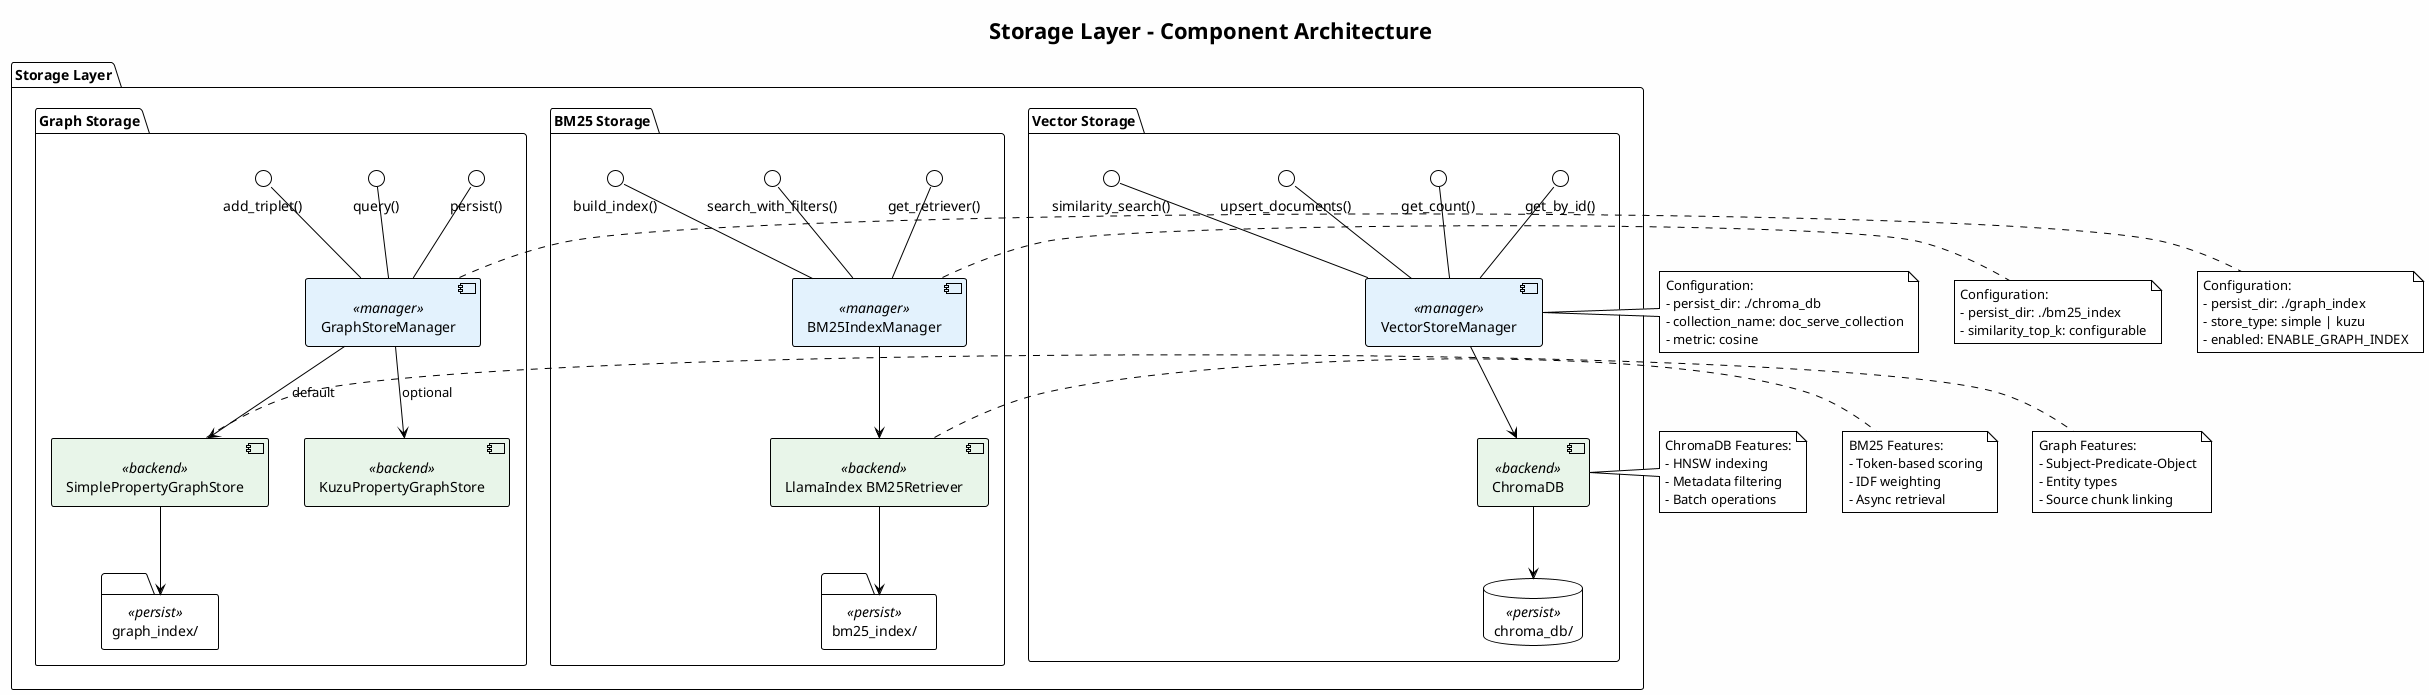
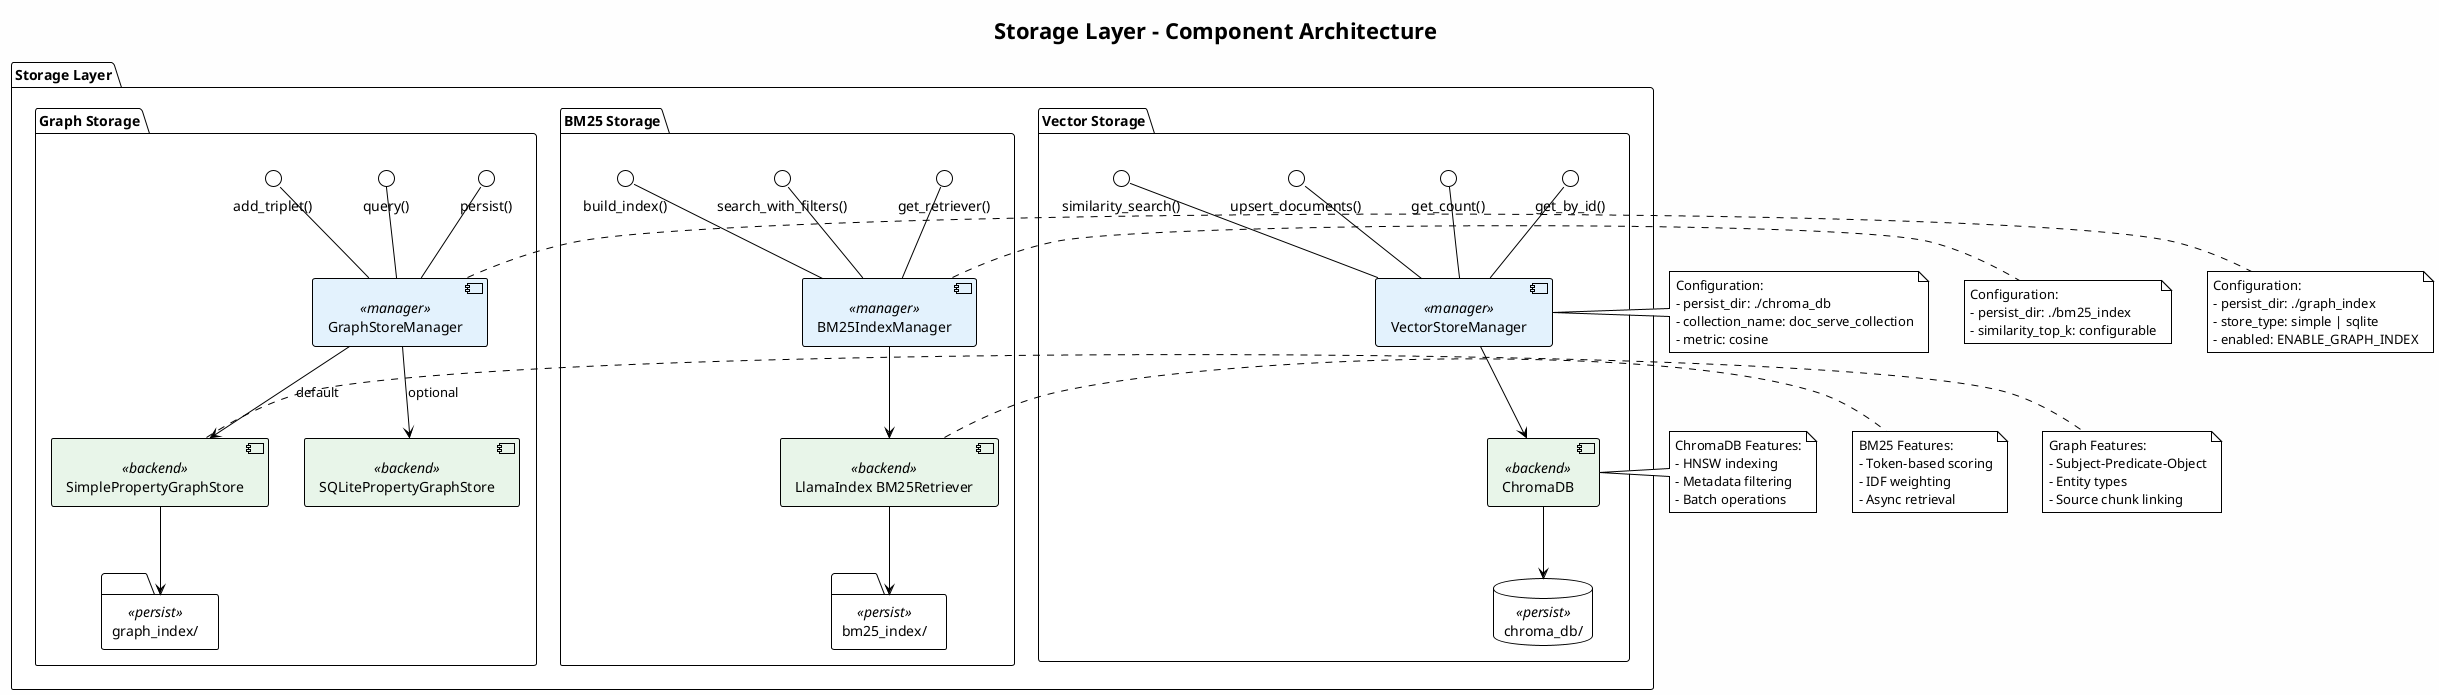
@startuml Storage Components
!theme plain
skinparam backgroundColor #FEFEFE

title Storage Layer - Component Architecture

skinparam component {
    BackgroundColor<<manager>> #E3F2FD
    BackgroundColor<<backend>> #E8F5E9
    BackgroundColor<<persist>> #FFF3E0
}

package "Storage Layer" {

    ' Vector Storage
    package "Vector Storage" {
        component [VectorStoreManager] <<manager>> as vector_mgr
        component [ChromaDB] <<backend>> as chroma
        database "chroma_db/" <<persist>> as chroma_files

        interface "similarity_search()" as sim_if
        interface "upsert_documents()" as upsert_if
        interface "get_count()" as count_if
        interface "get_by_id()" as get_if

        vector_mgr -up- sim_if
        vector_mgr -up- upsert_if
        vector_mgr -up- count_if
        vector_mgr -up- get_if
        vector_mgr --> chroma
        chroma --> chroma_files
    }

    ' BM25 Storage
    package "BM25 Storage" {
        component [BM25IndexManager] <<manager>> as bm25_mgr
        component [LlamaIndex BM25Retriever] <<backend>> as bm25_ret
        folder "bm25_index/" <<persist>> as bm25_files

        interface "build_index()" as build_if
        interface "search_with_filters()" as search_if
        interface "get_retriever()" as ret_if

        bm25_mgr -up- build_if
        bm25_mgr -up- search_if
        bm25_mgr -up- ret_if
        bm25_mgr --> bm25_ret
        bm25_ret --> bm25_files
    }

    ' Graph Storage
    package "Graph Storage" {
        component [GraphStoreManager] <<manager>> as graph_mgr
        component [SimplePropertyGraphStore] <<backend>> as simple_graph
-         component [KuzuPropertyGraphStore] <<backend>> as kuzu_graph
+         component [SQLitePropertyGraphStore] <<backend>> as sqlite_graph
        folder "graph_index/" <<persist>> as graph_files

        interface "add_triplet()" as triplet_if
        interface "query()" as gquery_if
        interface "persist()" as gpersist_if

        graph_mgr -up- triplet_if
        graph_mgr -up- gquery_if
        graph_mgr -up- gpersist_if
        graph_mgr --> simple_graph : default
-         graph_mgr --> kuzu_graph : optional
+         graph_mgr --> sqlite_graph : optional
        simple_graph --> graph_files
    }
}

' Notes
note right of vector_mgr
    Configuration:
    - persist_dir: ./chroma_db
    - collection_name: doc_serve_collection
    - metric: cosine
end note

note right of chroma
    ChromaDB Features:
    - HNSW indexing
    - Metadata filtering
    - Batch operations
end note

note right of bm25_mgr
    Configuration:
    - persist_dir: ./bm25_index
    - similarity_top_k: configurable
end note

note right of bm25_ret
    BM25 Features:
    - Token-based scoring
    - IDF weighting
    - Async retrieval
end note

note right of graph_mgr
    Configuration:
    - persist_dir: ./graph_index
-     - store_type: simple | kuzu
+     - store_type: simple | sqlite
    - enabled: ENABLE_GRAPH_INDEX
end note

note right of simple_graph
    Graph Features:
    - Subject-Predicate-Object
    - Entity types
    - Source chunk linking
end note

@enduml
